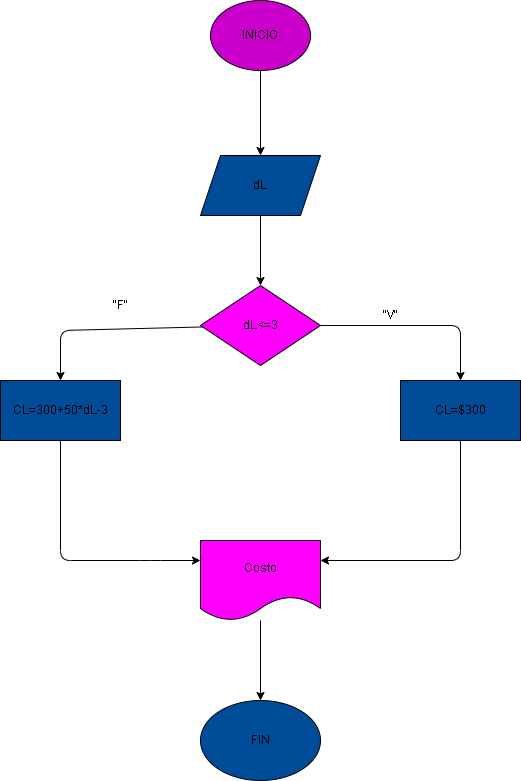
Earlier version of the draw.io export diagrama.png (Lucero2004/llamada_telefonica). Source tidied: cells renumbered, new cells last; positions are measured from the earlier drawing's top-left corner, leaving out a move shared by most shapes.
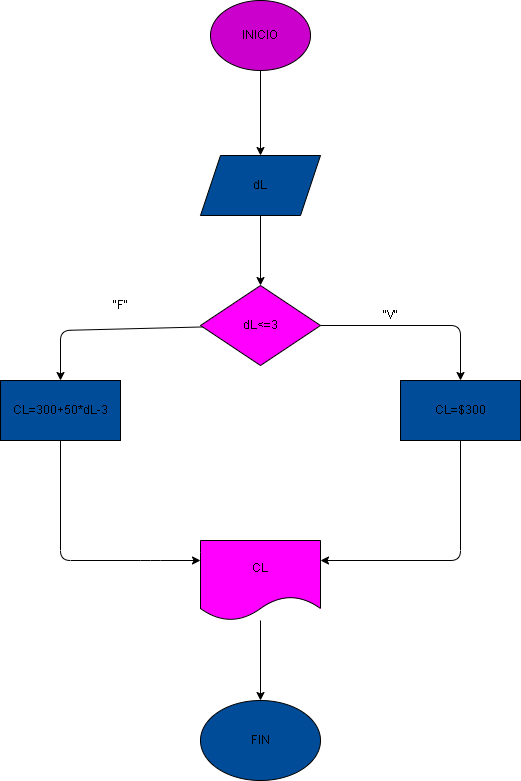
The same file after the commit.

Commit message:
se agregó llamada_telefonica

The edit, as a diff of the source:
```diff
@@ -61,7 +61,7 @@
     <mxCell id="15" style="edgeStyle=none;html=1;" parent="1" edge="1" source="16" target="17">
       <mxGeometry relative="1" as="geometry" />
     </mxCell>
-    <mxCell id="16" value="Costo" style="shape=document;whiteSpace=wrap;html=1;boundedLbl=1;fillColor=#FF00FF;" parent="1" vertex="1">
+    <mxCell id="16" value="CL" style="shape=document;whiteSpace=wrap;html=1;boundedLbl=1;fillColor=#FF00FF;" parent="1" vertex="1">
       <mxGeometry x="200" y="540" width="120" height="80" as="geometry" />
     </mxCell>
     <mxCell id="17" value="FIN" style="ellipse;whiteSpace=wrap;html=1;fillColor=#004C99;" parent="1" vertex="1">
```
